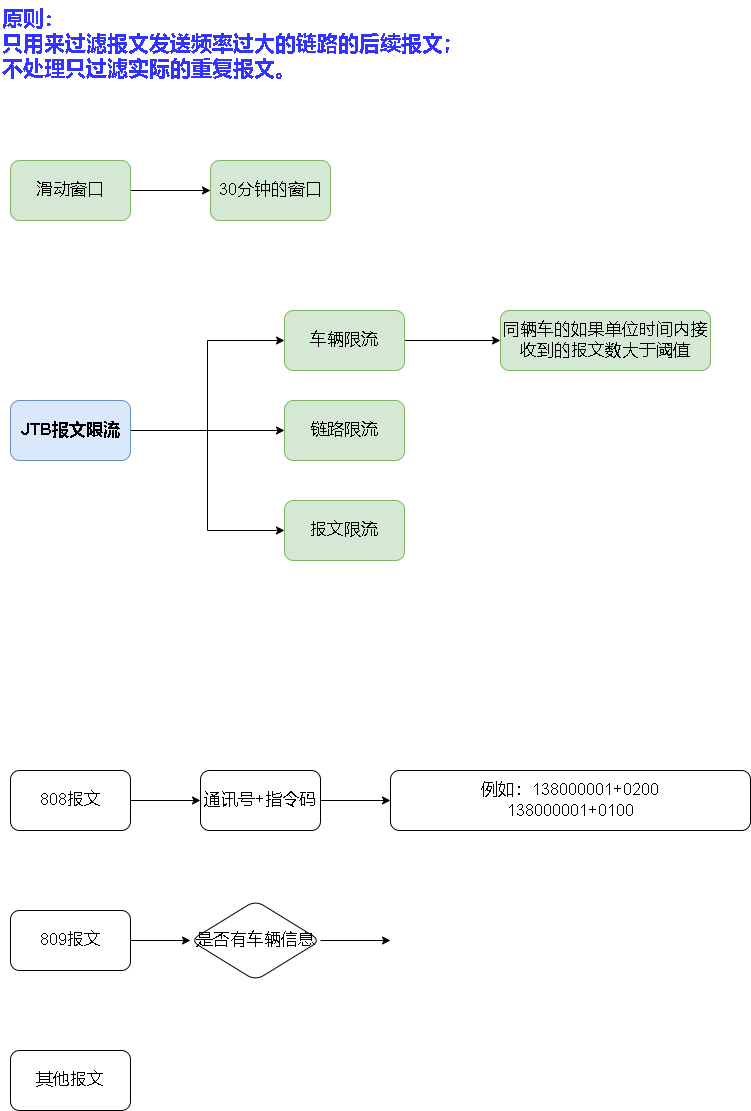
This is jtb报文限流.drawio.png from xktder/draw, a draw.io export, as it was before one commit. Source tidied: cells renumbered, new cells last; positions are measured from the earlier drawing's top-left corner, leaving out a move shared by most shapes.
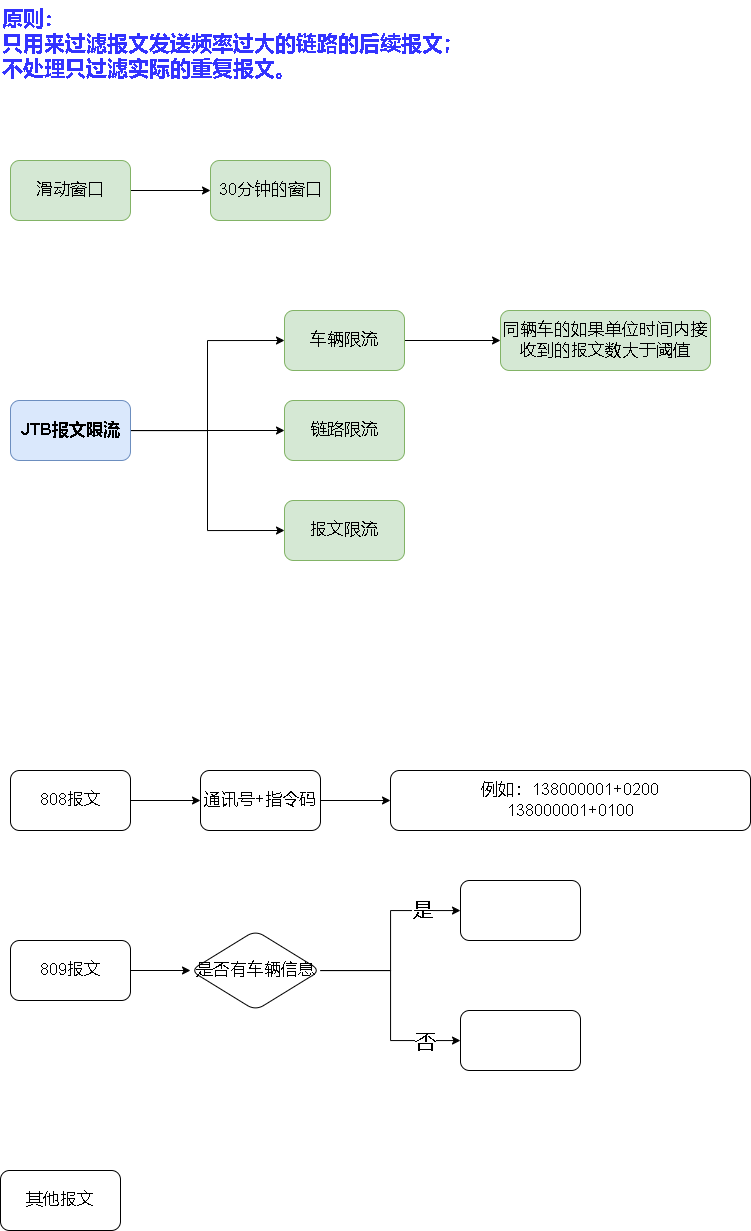
After the change.

Commit message:
更新jtb报文限流.drawio.png

Diff of the diagram source:
```diff
@@ -24,10 +24,10 @@
       <mxGeometry relative="1" as="geometry" />
     </mxCell>
     <mxCell id="9" value="809报文" style="rounded=1;whiteSpace=wrap;html=1;fontSize=17;" parent="1" vertex="1">
-      <mxGeometry x="10" y="910" width="120" height="60" as="geometry" />
+      <mxGeometry x="10" y="940" width="120" height="60" as="geometry" />
     </mxCell>
     <mxCell id="10" value="其他报文" style="rounded=1;whiteSpace=wrap;html=1;fontSize=17;" parent="1" vertex="1">
-      <mxGeometry x="10" y="1050" width="120" height="60" as="geometry" />
+      <mxGeometry y="1170" width="120" height="60" as="geometry" />
     </mxCell>
     <mxCell id="11" style="edgeStyle=orthogonalEdgeStyle;rounded=0;jettySize=auto;html=1;fontSize=17;entryX=0;entryY=0.5;entryDx=0;entryDy=0;" parent="1" edge="1" source="12" target="15">
       <mxGeometry relative="1" as="geometry" />
@@ -62,16 +62,33 @@
     <mxCell id="21" value="例如：138000001+0200&lt;br&gt;138000001+0100" style="whiteSpace=wrap;html=1;fontSize=17;rounded=1;" parent="1" vertex="1">
       <mxGeometry x="390" y="770" width="360" height="60" as="geometry" />
     </mxCell>
-    <mxCell id="22" style="edgeStyle=orthogonalEdgeStyle;rounded=0;jettySize=auto;html=1;fontColor=#3333FF;" parent="1" edge="1" source="23">
-      <mxGeometry relative="1" as="geometry">
-        <mxPoint x="390" y="940" as="targetPoint" />
-      </mxGeometry>
-    </mxCell>
+    <mxCell id="25" style="edgeStyle=orthogonalEdgeStyle;rounded=0;jettySize=auto;html=1;fontSize=21;fontColor=#3333FF;" parent="1" edge="1" source="23" target="29">
+      <mxGeometry relative="1" as="geometry" />
+    </mxCell>
+    <mxCell id="26" value="否" style="edgeLabel;html=1;align=center;verticalAlign=middle;fontSize=21;fontColor=#000000;" parent="25" vertex="1">
+      <mxGeometry x="0.58" y="-1" relative="1" as="geometry">
+        <mxPoint x="9" as="offset" />
+      </mxGeometry>
+    </mxCell>
+    <mxCell id="27" style="edgeStyle=orthogonalEdgeStyle;rounded=0;jettySize=auto;html=1;fontSize=21;fontColor=#3333FF;" parent="1" edge="1" source="23" target="30">
+      <mxGeometry relative="1" as="geometry" />
+    </mxCell>
+    <mxCell id="28" value="&lt;font color=&quot;#000000&quot;&gt;是&lt;/font&gt;" style="edgeLabel;html=1;align=center;verticalAlign=middle;fontSize=21;fontColor=#3333FF;" parent="27" vertex="1">
+      <mxGeometry x="0.56" y="1" relative="1" as="geometry">
+        <mxPoint x="6" as="offset" />
+      </mxGeometry>
+    </mxCell>
     <mxCell id="23" value="是否有车辆信息" style="rhombus;whiteSpace=wrap;html=1;fontSize=17;rounded=1;" parent="1" vertex="1">
-      <mxGeometry x="190" y="900" width="130" height="80" as="geometry" />
+      <mxGeometry x="190" y="930" width="130" height="80" as="geometry" />
     </mxCell>
     <mxCell id="24" value="&lt;font style=&quot;font-size: 21px;&quot;&gt;&lt;b&gt;原则：&lt;br&gt;只用来过滤报文发送频率过大的链路的后续报文；&lt;br&gt;不处理只过滤实际的重复报文。&lt;/b&gt;&lt;/font&gt;" style="text;html=1;strokeColor=none;fillColor=none;align=left;verticalAlign=top;whiteSpace=wrap;rounded=0;fontColor=#3333FF;" parent="1" vertex="1">
       <mxGeometry width="640" height="80" as="geometry" />
     </mxCell>
+    <mxCell id="29" style="whiteSpace=wrap;html=1;fontSize=17;rounded=1;" parent="1" vertex="1">
+      <mxGeometry x="460" y="1010" width="120" height="60" as="geometry" />
+    </mxCell>
+    <mxCell id="30" style="whiteSpace=wrap;html=1;fontSize=17;rounded=1;" parent="1" vertex="1">
+      <mxGeometry x="460" y="880" width="120" height="60" as="geometry" />
+    </mxCell>
   </root>
 </mxGraphModel>
```
